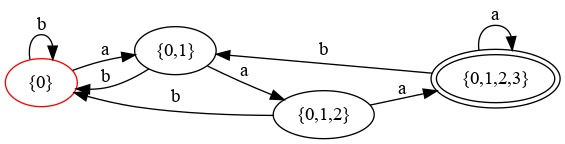
Earlier version of the Graphviz export Math/Python/affichage.dot.png (HuangOlivier/Sorbonne_L2). Its source is kept beside it as Math/Python/affichage.dot.
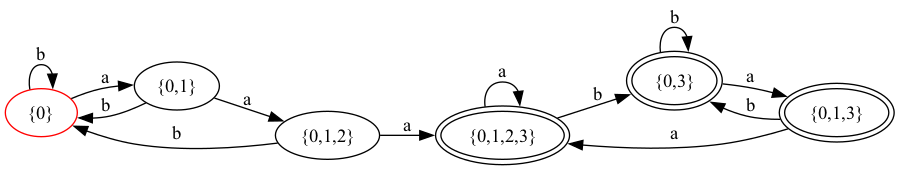
The same diagram one commit later.

The edit, as a diff of the source:
```diff
@@ -1,15 +1,21 @@
 digraph a {
  rankdir=LR
 0[ label ="{0}", color=red ];
+0 -> 0 [ label = "b" ];
 0 -> 1 [ label = "a" ];
-0 -> 0 [ label = "b" ];
 1[ label ="{0,1}",];
+1 -> 0 [ label = "b" ];
 1 -> 2 [ label = "a" ];
-1 -> 0 [ label = "b" ];
 2[ label ="{0,1,2}",];
+2 -> 3 [ label = "a" ];
 2 -> 0 [ label = "b" ];
-2 -> 3 [ label = "a" ];
 3[ label ="{0,1,2,3}",peripheries=2 ];
-3 -> 1 [ label = "b" ];
+3 -> 4 [ label = "b" ];
 3 -> 3 [ label = "a" ];
+4[ label ="{0,3}",peripheries=2 ];
+4 -> 5 [ label = "a" ];
+4 -> 4 [ label = "b" ];
+5[ label ="{0,1,3}",peripheries=2 ];
+5 -> 3 [ label = "a" ];
+5 -> 4 [ label = "b" ];
 }
```
